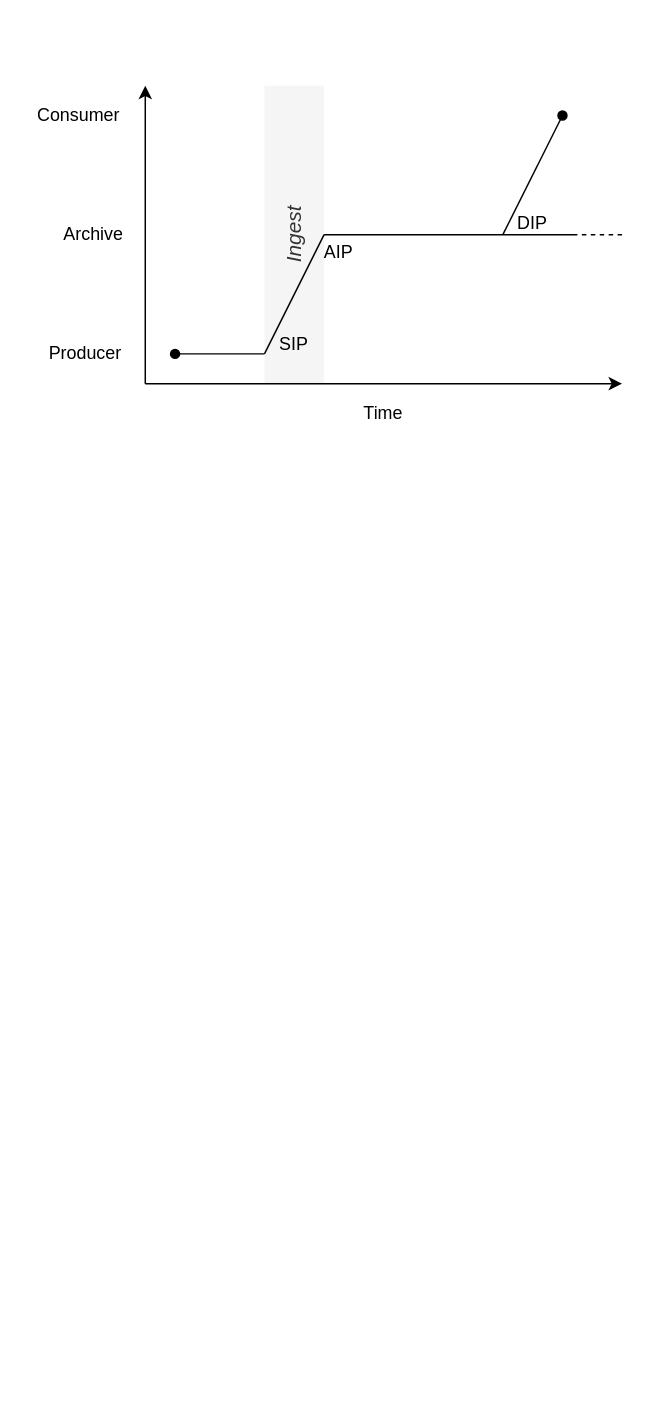
Earlier version of the draw.io diagram page "Contexts" (2 of 2) of assets/spacetime-plots.drawio (anjackson/codex). Source tidied: cells renumbered, new cells numbered last; positions are measured from the earlier drawing's top-left corner, leaving out a move shared by most shapes. Both pictures are drawn from the tidied source at 149%, with x=0, y=0 at pixel (25, 85).
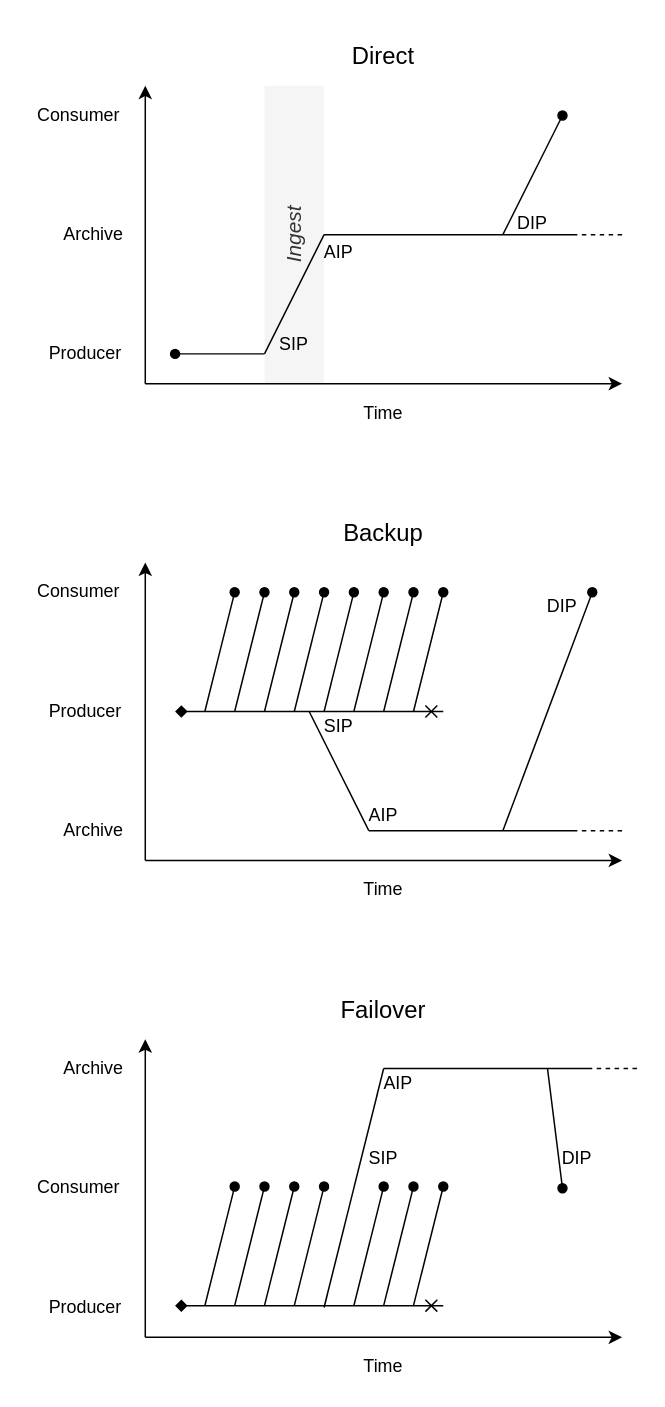
After the change.

Change to the diagram source:
```diff
@@
+    <mxCell id="17" style="endArrow=classic;html=1;" parent="1" edge="1">
+      <mxGeometry relative="1" as="geometry">
+        <mxPoint x="80" y="520" as="sourcePoint" />
+        <mxPoint x="80" y="320" as="targetPoint" />
+      </mxGeometry>
+    </mxCell>
+    <mxCell id="18" style="endArrow=classic;html=1;" parent="1" edge="1">
+      <mxGeometry relative="1" as="geometry">
+        <mxPoint x="80" y="520" as="sourcePoint" />
+        <mxPoint x="400" y="520" as="targetPoint" />
+      </mxGeometry>
+    </mxCell>
+    <mxCell id="19" value="Producer" style="text;html=1;strokeColor=none;fillColor=none;align=center;verticalAlign=middle;whiteSpace=wrap;rounded=0;" parent="1" vertex="1">
+      <mxGeometry x="10" y="410" width="60" height="20" as="geometry" />
+    </mxCell>
+    <mxCell id="20" value="&lt;div&gt;Archive&lt;/div&gt;" style="text;html=1;align=center;verticalAlign=middle;" parent="1" vertex="1">
+      <mxGeometry x="20" y="490" width="50" height="20" as="geometry" />
+    </mxCell>
+    <mxCell id="21" value="Consumer" style="text;html=1;align=center;verticalAlign=middle;" parent="1" vertex="1">
+      <mxGeometry y="330" width="70" height="20" as="geometry" />
+    </mxCell>
+    <mxCell id="22" style="endArrow=cross;html=1;startArrow=diamond;startFill=1;endFill=0;" parent="1" edge="1">
+      <mxGeometry relative="1" as="geometry">
+        <mxPoint x="100" y="420" as="sourcePoint" />
+        <mxPoint x="280" y="420" as="targetPoint" />
+      </mxGeometry>
+    </mxCell>
+    <mxCell id="23" style="endArrow=none;html=1;" parent="1" edge="1">
+      <mxGeometry relative="1" as="geometry">
+        <mxPoint x="190" y="420" as="sourcePoint" />
+        <mxPoint x="230" y="500" as="targetPoint" />
+      </mxGeometry>
+    </mxCell>
+    <mxCell id="24" style="endArrow=none;html=1;" parent="1" edge="1">
+      <mxGeometry relative="1" as="geometry">
+        <mxPoint x="230" y="500" as="sourcePoint" />
+        <mxPoint x="370" y="500" as="targetPoint" />
+      </mxGeometry>
+    </mxCell>
+    <mxCell id="25" style="endArrow=oval;html=1;endFill=1;endSize=6;" parent="1" edge="1">
+      <mxGeometry relative="1" as="geometry">
+        <mxPoint x="120" y="420" as="sourcePoint" />
+        <mxPoint x="140" y="340" as="targetPoint" />
+      </mxGeometry>
+    </mxCell>
+    <mxCell id="26" value="SIP" style="text;html=1;strokeColor=none;fillColor=none;align=center;verticalAlign=middle;whiteSpace=wrap;rounded=0;" parent="1" vertex="1">
+      <mxGeometry x="190" y="420" width="40" height="20" as="geometry" />
+    </mxCell>
+    <mxCell id="27" value="&lt;div&gt;AIP&lt;/div&gt;" style="text;html=1;strokeColor=none;fillColor=none;align=center;verticalAlign=middle;whiteSpace=wrap;rounded=0;" parent="1" vertex="1">
+      <mxGeometry x="220" y="480" width="40" height="20" as="geometry" />
+    </mxCell>
+    <mxCell id="28" value="DIP" style="text;html=1;strokeColor=none;fillColor=none;align=center;verticalAlign=middle;whiteSpace=wrap;rounded=0;" parent="1" vertex="1">
+      <mxGeometry x="340" y="340" width="40" height="20" as="geometry" />
+    </mxCell>
+    <mxCell id="29" style="endArrow=none;dashed=1;html=1;" parent="1" edge="1">
+      <mxGeometry relative="1" as="geometry">
+        <mxPoint x="400" y="500" as="sourcePoint" />
+        <mxPoint x="370" y="500" as="targetPoint" />
+      </mxGeometry>
+    </mxCell>
+    <mxCell id="30" value="&lt;div&gt;Time&lt;/div&gt;" style="text;html=1;strokeColor=none;fillColor=none;align=center;verticalAlign=middle;whiteSpace=wrap;rounded=0;" parent="1" vertex="1">
+      <mxGeometry x="220" y="530" width="40" height="20" as="geometry" />
+    </mxCell>
+    <mxCell id="31" style="endArrow=oval;html=1;endFill=1;endSize=6;" parent="1" edge="1">
+      <mxGeometry relative="1" as="geometry">
+        <mxPoint x="320" y="500" as="sourcePoint" />
+        <mxPoint x="380" y="340" as="targetPoint" />
+      </mxGeometry>
+    </mxCell>
+    <mxCell id="32" style="endArrow=oval;html=1;endFill=1;endSize=6;" parent="1" edge="1">
+      <mxGeometry relative="1" as="geometry">
+        <mxPoint x="140" y="420" as="sourcePoint" />
+        <mxPoint x="160" y="340" as="targetPoint" />
+      </mxGeometry>
+    </mxCell>
+    <mxCell id="33" style="endArrow=oval;html=1;endFill=1;endSize=6;" parent="1" edge="1">
+      <mxGeometry relative="1" as="geometry">
+        <mxPoint x="220" y="420" as="sourcePoint" />
+        <mxPoint x="240" y="340" as="targetPoint" />
+      </mxGeometry>
+    </mxCell>
+    <mxCell id="34" style="endArrow=oval;html=1;endFill=1;endSize=6;" parent="1" edge="1">
+      <mxGeometry relative="1" as="geometry">
+        <mxPoint x="240" y="420" as="sourcePoint" />
+        <mxPoint x="260" y="340" as="targetPoint" />
+      </mxGeometry>
+    </mxCell>
+    <mxCell id="35" style="endArrow=oval;html=1;endFill=1;endSize=6;" parent="1" edge="1">
+      <mxGeometry relative="1" as="geometry">
+        <mxPoint x="260" y="420" as="sourcePoint" />
+        <mxPoint x="280" y="340" as="targetPoint" />
+      </mxGeometry>
+    </mxCell>
+    <mxCell id="36" style="endArrow=oval;html=1;endFill=1;endSize=6;" parent="1" edge="1">
+      <mxGeometry relative="1" as="geometry">
+        <mxPoint x="160" y="420" as="sourcePoint" />
+        <mxPoint x="180" y="340" as="targetPoint" />
+      </mxGeometry>
+    </mxCell>
+    <mxCell id="37" style="endArrow=oval;html=1;endFill=1;endSize=6;" parent="1" edge="1">
+      <mxGeometry relative="1" as="geometry">
+        <mxPoint x="180" y="420" as="sourcePoint" />
+        <mxPoint x="200" y="340" as="targetPoint" />
+      </mxGeometry>
+    </mxCell>
+    <mxCell id="38" style="endArrow=oval;html=1;endFill=1;endSize=6;" parent="1" edge="1">
+      <mxGeometry relative="1" as="geometry">
+        <mxPoint x="200" y="420" as="sourcePoint" />
+        <mxPoint x="220" y="340" as="targetPoint" />
+      </mxGeometry>
+    </mxCell>
+    <mxCell id="39" style="endArrow=classic;html=1;" parent="1" edge="1">
+      <mxGeometry relative="1" as="geometry">
+        <mxPoint x="80" y="840" as="sourcePoint" />
+        <mxPoint x="80" y="640" as="targetPoint" />
+      </mxGeometry>
+    </mxCell>
+    <mxCell id="40" style="endArrow=classic;html=1;" parent="1" edge="1">
+      <mxGeometry relative="1" as="geometry">
+        <mxPoint x="80" y="840" as="sourcePoint" />
+        <mxPoint x="400" y="840" as="targetPoint" />
+      </mxGeometry>
+    </mxCell>
+    <mxCell id="41" value="Producer" style="text;html=1;strokeColor=none;fillColor=none;align=center;verticalAlign=middle;whiteSpace=wrap;rounded=0;" parent="1" vertex="1">
+      <mxGeometry x="10" y="810" width="60" height="20" as="geometry" />
+    </mxCell>
+    <mxCell id="42" value="&lt;div&gt;Archive&lt;/div&gt;" style="text;html=1;align=center;verticalAlign=middle;" parent="1" vertex="1">
+      <mxGeometry x="20" y="650" width="50" height="20" as="geometry" />
+    </mxCell>
+    <mxCell id="43" value="Consumer" style="text;html=1;align=center;verticalAlign=middle;" parent="1" vertex="1">
+      <mxGeometry y="730" width="70" height="20" as="geometry" />
+    </mxCell>
+    <mxCell id="44" style="endArrow=cross;html=1;startArrow=diamond;startFill=1;endFill=0;" parent="1" edge="1">
+      <mxGeometry relative="1" as="geometry">
+        <mxPoint x="100" y="818.8" as="sourcePoint" />
+        <mxPoint x="280" y="818.8" as="targetPoint" />
+      </mxGeometry>
+    </mxCell>
+    <mxCell id="45" style="endArrow=none;html=1;" parent="1" edge="1">
+      <mxGeometry relative="1" as="geometry">
+        <mxPoint x="200" y="820" as="sourcePoint" />
+        <mxPoint x="240" y="659.6" as="targetPoint" />
+      </mxGeometry>
+    </mxCell>
+    <mxCell id="46" style="endArrow=none;html=1;" parent="1" edge="1">
+      <mxGeometry relative="1" as="geometry">
+        <mxPoint x="240" y="659.6" as="sourcePoint" />
+        <mxPoint x="380" y="659.6" as="targetPoint" />
+      </mxGeometry>
+    </mxCell>
+    <mxCell id="47" style="endArrow=oval;html=1;endFill=1;endSize=6;" parent="1" edge="1">
+      <mxGeometry relative="1" as="geometry">
+        <mxPoint x="120" y="818.8" as="sourcePoint" />
+        <mxPoint x="140" y="738.8" as="targetPoint" />
+      </mxGeometry>
+    </mxCell>
+    <mxCell id="48" value="SIP" style="text;html=1;strokeColor=none;fillColor=none;align=center;verticalAlign=middle;whiteSpace=wrap;rounded=0;" parent="1" vertex="1">
+      <mxGeometry x="220" y="710" width="40" height="20" as="geometry" />
+    </mxCell>
+    <mxCell id="49" value="&lt;div&gt;AIP&lt;/div&gt;" style="text;html=1;strokeColor=none;fillColor=none;align=center;verticalAlign=middle;whiteSpace=wrap;rounded=0;" parent="1" vertex="1">
+      <mxGeometry x="230" y="660" width="40" height="20" as="geometry" />
+    </mxCell>
+    <mxCell id="50" value="DIP" style="text;html=1;strokeColor=none;fillColor=none;align=center;verticalAlign=middle;whiteSpace=wrap;rounded=0;" parent="1" vertex="1">
+      <mxGeometry x="350" y="710" width="40" height="20" as="geometry" />
+    </mxCell>
+    <mxCell id="51" style="endArrow=none;dashed=1;html=1;" parent="1" edge="1">
+      <mxGeometry relative="1" as="geometry">
+        <mxPoint x="410" y="659.6" as="sourcePoint" />
+        <mxPoint x="380" y="659.6" as="targetPoint" />
+      </mxGeometry>
+    </mxCell>
+    <mxCell id="52" value="&lt;div&gt;Time&lt;/div&gt;" style="text;html=1;strokeColor=none;fillColor=none;align=center;verticalAlign=middle;whiteSpace=wrap;rounded=0;" parent="1" vertex="1">
+      <mxGeometry x="220" y="850" width="40" height="20" as="geometry" />
+    </mxCell>
+    <mxCell id="53" style="endArrow=oval;html=1;endFill=1;endSize=6;" parent="1" edge="1">
+      <mxGeometry relative="1" as="geometry">
+        <mxPoint x="350" y="660" as="sourcePoint" />
+        <mxPoint x="360" y="740" as="targetPoint" />
+      </mxGeometry>
+    </mxCell>
+    <mxCell id="54" style="endArrow=oval;html=1;endFill=1;endSize=6;" parent="1" edge="1">
+      <mxGeometry relative="1" as="geometry">
+        <mxPoint x="140" y="818.8" as="sourcePoint" />
+        <mxPoint x="160" y="738.8" as="targetPoint" />
+      </mxGeometry>
+    </mxCell>
+    <mxCell id="55" style="endArrow=oval;html=1;endFill=1;endSize=6;" parent="1" edge="1">
+      <mxGeometry relative="1" as="geometry">
+        <mxPoint x="220" y="818.8" as="sourcePoint" />
+        <mxPoint x="240" y="738.8" as="targetPoint" />
+      </mxGeometry>
+    </mxCell>
+    <mxCell id="56" style="endArrow=oval;html=1;endFill=1;endSize=6;" parent="1" edge="1">
+      <mxGeometry relative="1" as="geometry">
+        <mxPoint x="240" y="818.8" as="sourcePoint" />
+        <mxPoint x="260" y="738.8" as="targetPoint" />
+      </mxGeometry>
+    </mxCell>
+    <mxCell id="57" style="endArrow=oval;html=1;endFill=1;endSize=6;" parent="1" edge="1">
+      <mxGeometry relative="1" as="geometry">
+        <mxPoint x="260" y="818.8" as="sourcePoint" />
+        <mxPoint x="280" y="738.8" as="targetPoint" />
+      </mxGeometry>
+    </mxCell>
+    <mxCell id="58" style="endArrow=oval;html=1;endFill=1;endSize=6;" parent="1" edge="1">
+      <mxGeometry relative="1" as="geometry">
+        <mxPoint x="160" y="818.8" as="sourcePoint" />
+        <mxPoint x="180" y="738.8" as="targetPoint" />
+      </mxGeometry>
+    </mxCell>
+    <mxCell id="59" style="endArrow=oval;html=1;endFill=1;endSize=6;" parent="1" edge="1">
+      <mxGeometry relative="1" as="geometry">
+        <mxPoint x="180" y="818.8" as="sourcePoint" />
+        <mxPoint x="200" y="738.8" as="targetPoint" />
+      </mxGeometry>
+    </mxCell>
+    <mxCell id="60" value="&lt;font style=&quot;font-size: 16px&quot;&gt;Failover&lt;/font&gt;" style="text;html=1;strokeColor=none;fillColor=none;align=center;verticalAlign=middle;whiteSpace=wrap;rounded=0;" parent="1" vertex="1">
+      <mxGeometry x="80" y="600" width="320" height="40" as="geometry" />
+    </mxCell>
+    <mxCell id="61" value="&lt;div style=&quot;font-size: 16px&quot;&gt;Backup&lt;/div&gt;" style="text;html=1;strokeColor=none;fillColor=none;align=center;verticalAlign=middle;whiteSpace=wrap;rounded=0;" parent="1" vertex="1">
+      <mxGeometry x="80" y="280" width="320" height="40" as="geometry" />
+    </mxCell>
+    <mxCell id="62" value="&lt;font style=&quot;font-size: 16px&quot;&gt;Direct&lt;/font&gt;" style="text;html=1;strokeColor=none;fillColor=none;align=center;verticalAlign=middle;whiteSpace=wrap;rounded=0;" parent="1" vertex="1">
+      <mxGeometry x="80" y="-40" width="320" height="40" as="geometry" />
+    </mxCell>
```
